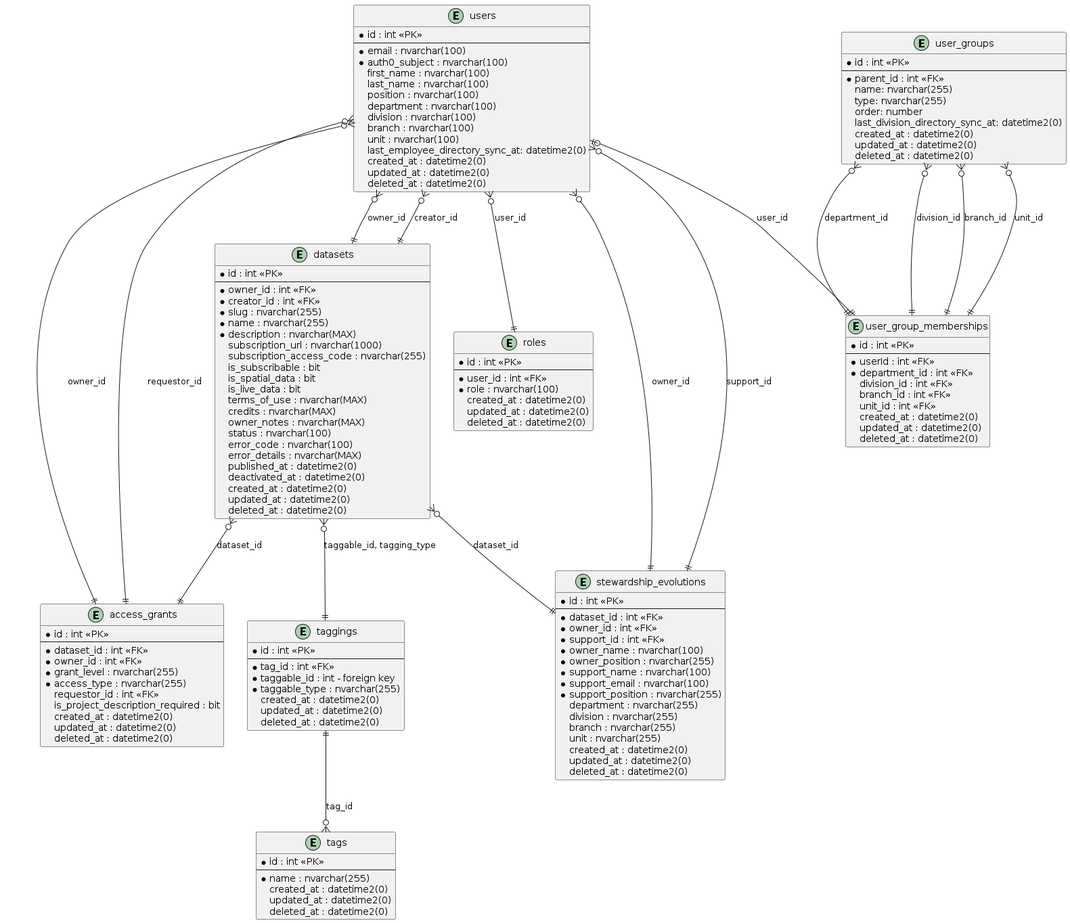
This is _Design/Entity Relationship Diagrams.png from ytgov/internal-data-portal, a PlantUML export, as it was before one commit.
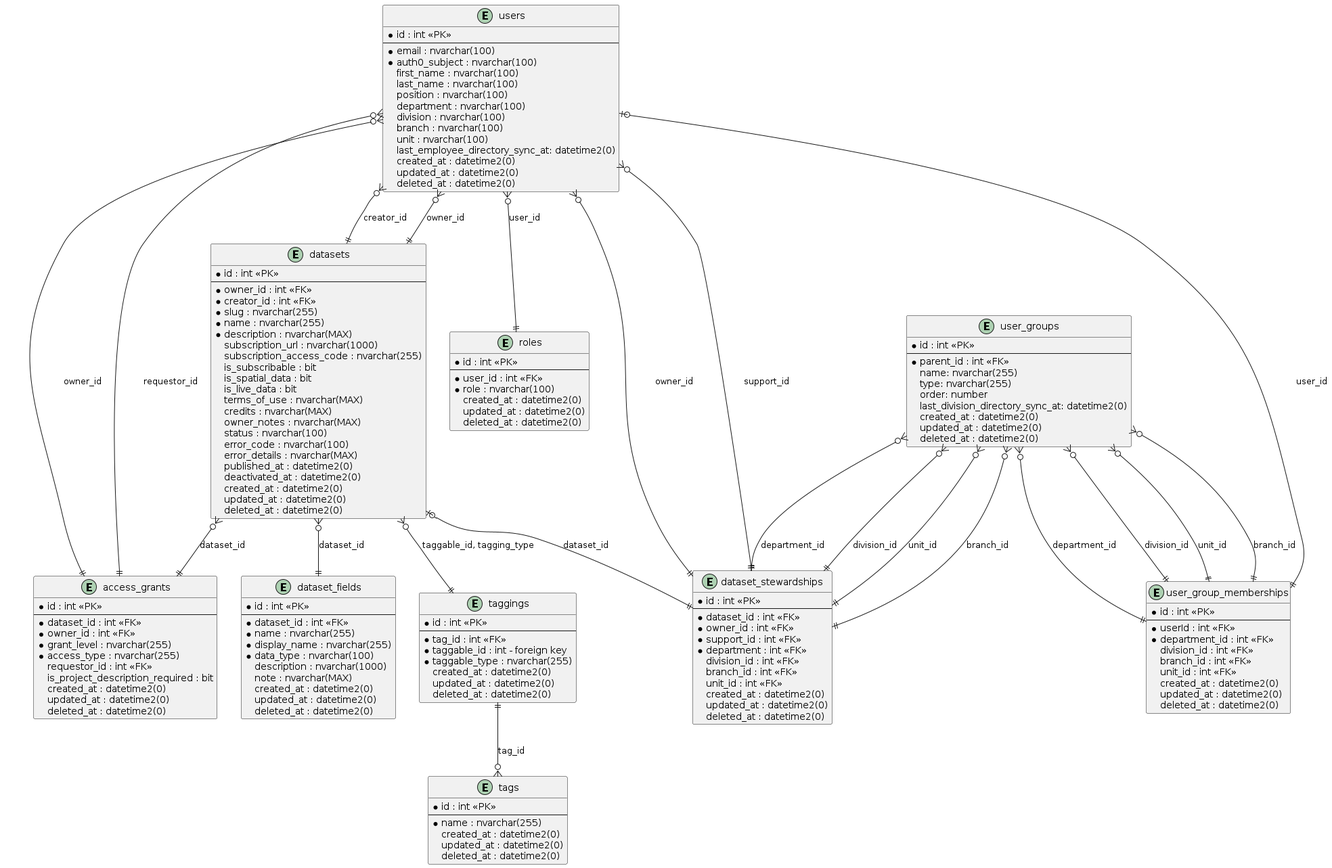
After the change.

Commit message:
:tophat: Add dataset fields entity relationship modeling.

What changed in the source:
```diff
@@ -8,6 +8,20 @@
   * access_type : nvarchar(255)
   requestor_id : int <<FK>>
   is_project_description_required : bit
+  created_at : datetime2(0)
+  updated_at : datetime2(0)
+  deleted_at : datetime2(0)
+}
+
+entity "dataset_fields" {
+  * id : int <<PK>>
+  --
+  * dataset_id : int <<FK>>
+  * name : nvarchar(255)
+  * display_name : nvarchar(255)
+  * data_type : nvarchar(100)
+  description : nvarchar(1000)
+  note : nvarchar(MAX)
   created_at : datetime2(0)
   updated_at : datetime2(0)
   deleted_at : datetime2(0)
@@ -49,21 +63,16 @@
   deleted_at : datetime2(0)
 }
 
-entity "stewardship_evolutions" {
+entity "dataset_stewardships" {
   * id : int <<PK>>
   --
   * dataset_id : int <<FK>>
   * owner_id : int <<FK>>
   * support_id : int <<FK>>
-  * owner_name : nvarchar(100)
-  * owner_position : nvarchar(255)
-  * support_name : nvarchar(100)
-  * support_email : nvarchar(100)
-  * support_position : nvarchar(255)
-  department : nvarchar(255)
-  division : nvarchar(255)
-  branch : nvarchar(255)
-  unit : nvarchar(255)
+  * department : int <<FK>>
+  division_id : int <<FK>>
+  branch_id : int <<FK>>
+  unit_id : int <<FK>>
   created_at : datetime2(0)
   updated_at : datetime2(0)
   deleted_at : datetime2(0)
@@ -133,20 +142,25 @@
   deleted_at : datetime2(0)
 }
 
-users }o--|| roles : user_id
-users }o--|| datasets : owner_id
-users }o--|| datasets : creator_id
-datasets }o--|| stewardship_evolutions : dataset_id
-users }o--|| stewardship_evolutions : owner_id
-users }o--|| stewardship_evolutions : support_id
-users |o--|| user_group_memberships : user_id
+datasets }o--|| access_grants : dataset_id
+datasets }o--|| dataset_fields : dataset_id
+datasets }o--|| taggings : taggable_id, tagging_type
+datasets |o--|| dataset_stewardships : dataset_id
+taggings ||--o{ tags : tag_id
+user_groups }o--|| dataset_stewardships : branch_id
+user_groups }o--|| dataset_stewardships : department_id
+user_groups }o--|| dataset_stewardships : division_id
+user_groups }o--|| dataset_stewardships : unit_id
+user_groups }o--|| user_group_memberships : branch_id
 user_groups }o--|| user_group_memberships : department_id
 user_groups }o--|| user_group_memberships : division_id
-user_groups }o--|| user_group_memberships : branch_id
 user_groups }o--|| user_group_memberships : unit_id
-datasets }o--|| taggings : taggable_id, tagging_type
-taggings ||--o{ tags : tag_id
-datasets }o--|| access_grants : dataset_id
 users }o--|| access_grants : owner_id
 users }o--|| access_grants : requestor_id
+users }o--|| dataset_stewardships : owner_id
+users }o--|| dataset_stewardships : support_id
+users }o--|| datasets : creator_id
+users }o--|| datasets : owner_id
+users }o--|| roles : user_id
+users |o--|| user_group_memberships : user_id
 @enduml
```
